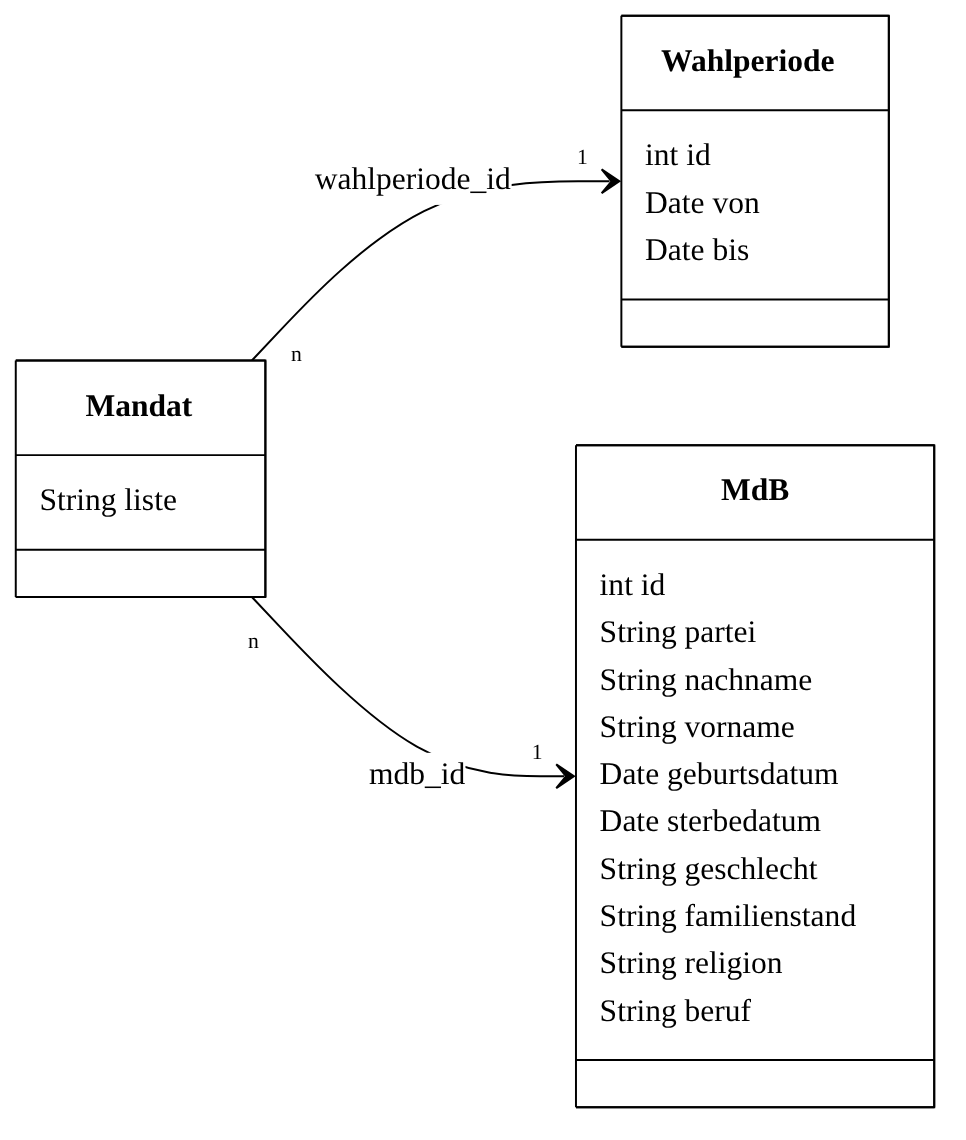
Earlier version of the Mermaid export dbiu_databases/bundestag.png (ValentinHerrmann/dbiu_databases). Its source is kept beside it as dbiu_databases/bundestag.mmd. Source of this version:
```mermaid
%%{init: {"theme": "base", "themeVariables": {"primaryColor": "#ffffff", "mainBkg": "#ffffff", "primaryBorderColor": "#000000", "nodeBorder": "#000000", "lineColor": "#000000", "primaryTextColor": "#000000", "textColor": "#000000", "edgeLabelBackground": "#ffffff", "fontFamily": "Arial, sans-serif"}, "class": {"hideEmptyMembersBox": true, "useMaxWidth": false}}}%%
classDiagram
  direction LR
  class Mandat {
    String liste
  }
  class MdB {
    int id
    String partei
    String nachname
    String vorname
    Date geburtsdatum
    Date sterbedatum
    String geschlecht
    String familienstand
    String religion
    String beruf
  }
  class Wahlperiode {
    int id
    Date von
    Date bis
  }
  Mandat "n" --> "1" Wahlperiode : wahlperiode_id
  Mandat "n" --> "1" MdB : mdb_id
```
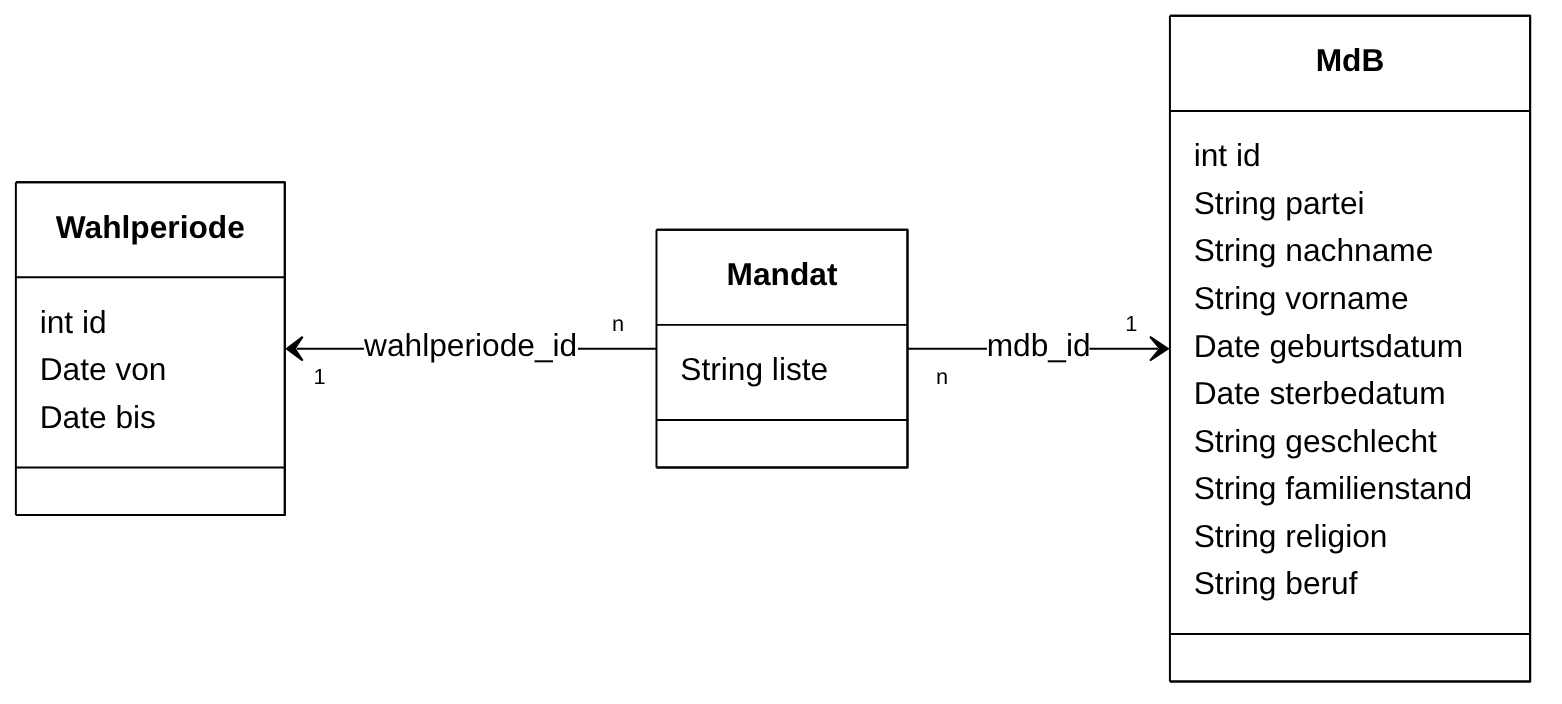
After the change.

What changed in the source:
```diff
@@ -1,4 +1,4 @@
-%%{init: {"theme": "base", "themeVariables": {"primaryColor": "#ffffff", "mainBkg": "#ffffff", "primaryBorderColor": "#000000", "nodeBorder": "#000000", "lineColor": "#000000", "primaryTextColor": "#000000", "textColor": "#000000", "edgeLabelBackground": "#ffffff", "fontFamily": "Arial, sans-serif"}, "class": {"hideEmptyMembersBox": true, "useMaxWidth": false}}}%%
+%%{init: {"fontFamily": "Liberation Sans, Arial, Helvetica, sans-serif", "theme": "base", "themeVariables": {"primaryColor": "#ffffff", "mainBkg": "#ffffff", "primaryBorderColor": "#000000", "nodeBorder": "#000000", "lineColor": "#000000", "primaryTextColor": "#000000", "textColor": "#000000", "edgeLabelBackground": "#ffffff", "fontFamily": "Liberation Sans, Arial, Helvetica, sans-serif"}, "class": {"hideEmptyMembersBox": true, "useMaxWidth": false}}}%%
 classDiagram
   direction LR
   class Mandat {
@@ -21,5 +21,5 @@
     Date von
     Date bis
   }
-  Mandat "n" --> "1" Wahlperiode : wahlperiode_id
+  Wahlperiode "1" <-- "n" Mandat : wahlperiode_id
   Mandat "n" --> "1" MdB : mdb_id
```
